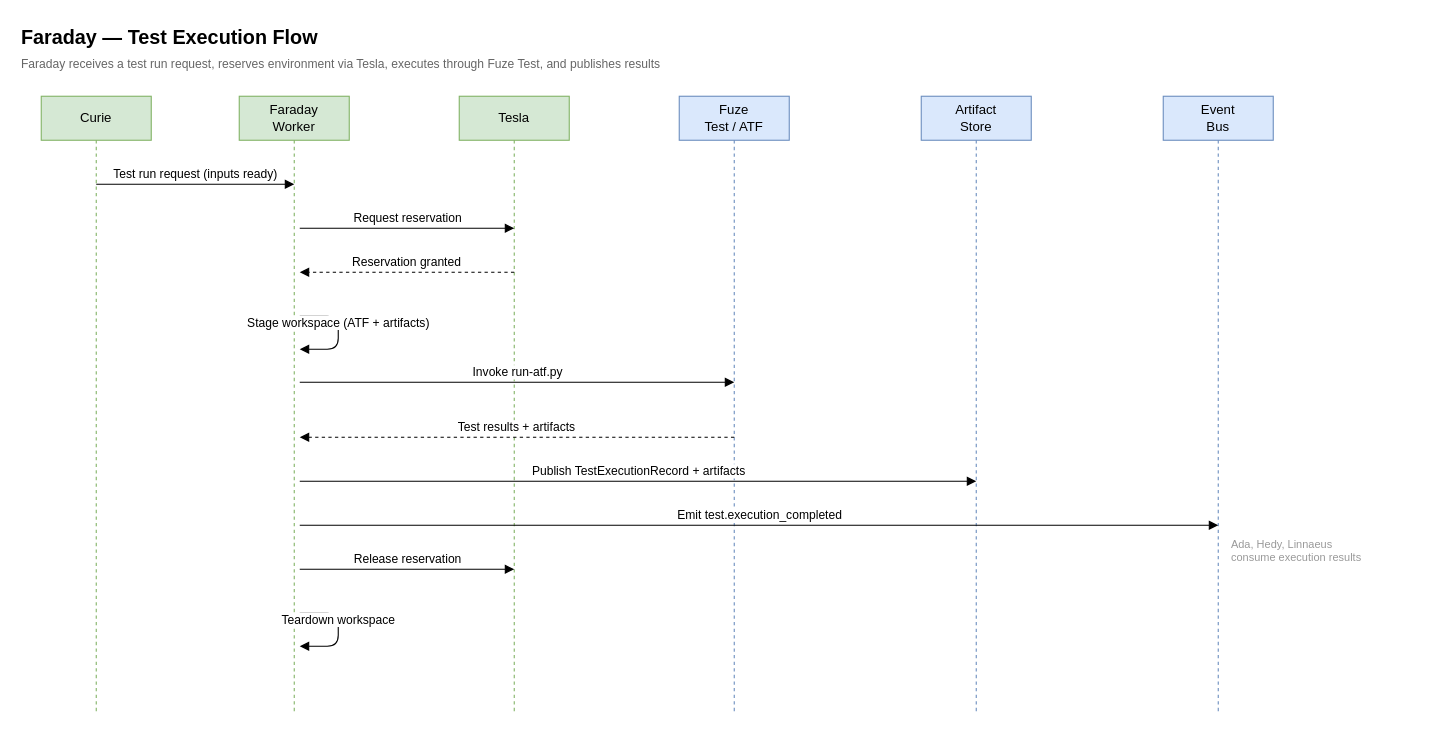
This is page "Test Execution Flow" (1 of 2) of docs/diagrams/workforce/FARADAY_SEQUENCE.drawio from jmac-cornelis/agent-workforce, a draw.io file, before an edit. Source tidied: cells renumbered, new cells numbered last; positions are measured from the earlier drawing's top-left corner, leaving out a move shared by most shapes. Both pictures are drawn from the tidied source at 110%, with x=0, y=0 at pixel (19, 19).
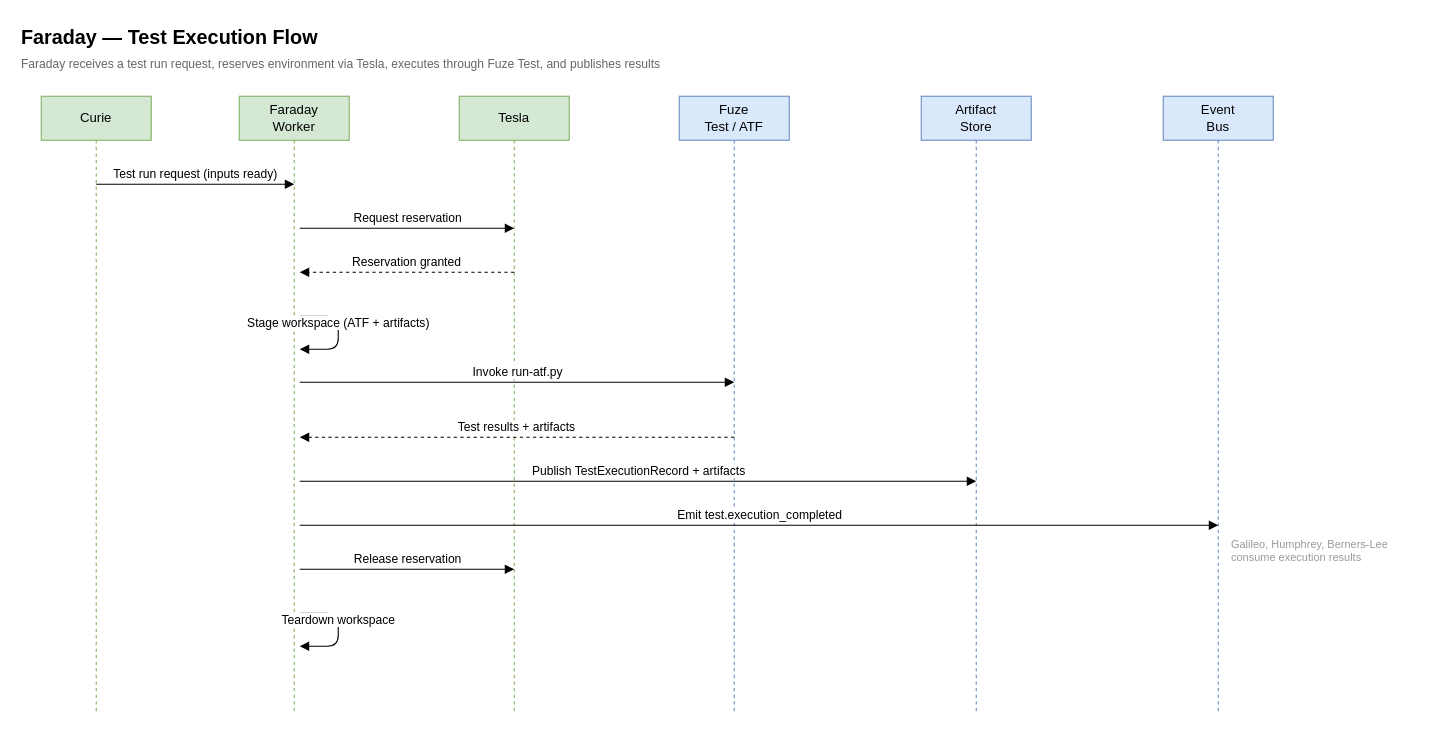
Above is the later version.

Change to the diagram source:
```diff
@@
-    <mxCell id="20" value="Ada, Hedy, Linnaeus&#10;consume execution results" style="text;html=1;fontSize=10;fontColor=#999999;align=left;" parent="1" vertex="1">
+    <mxCell id="20" value="Galileo, Humphrey, Berners-Lee&#10;consume execution results" style="text;html=1;fontSize=10;fontColor=#999999;align=left;" parent="1" vertex="1">
       <mxGeometry x="1100" y="465" width="170" height="30" as="geometry" />
     </mxCell>
```
